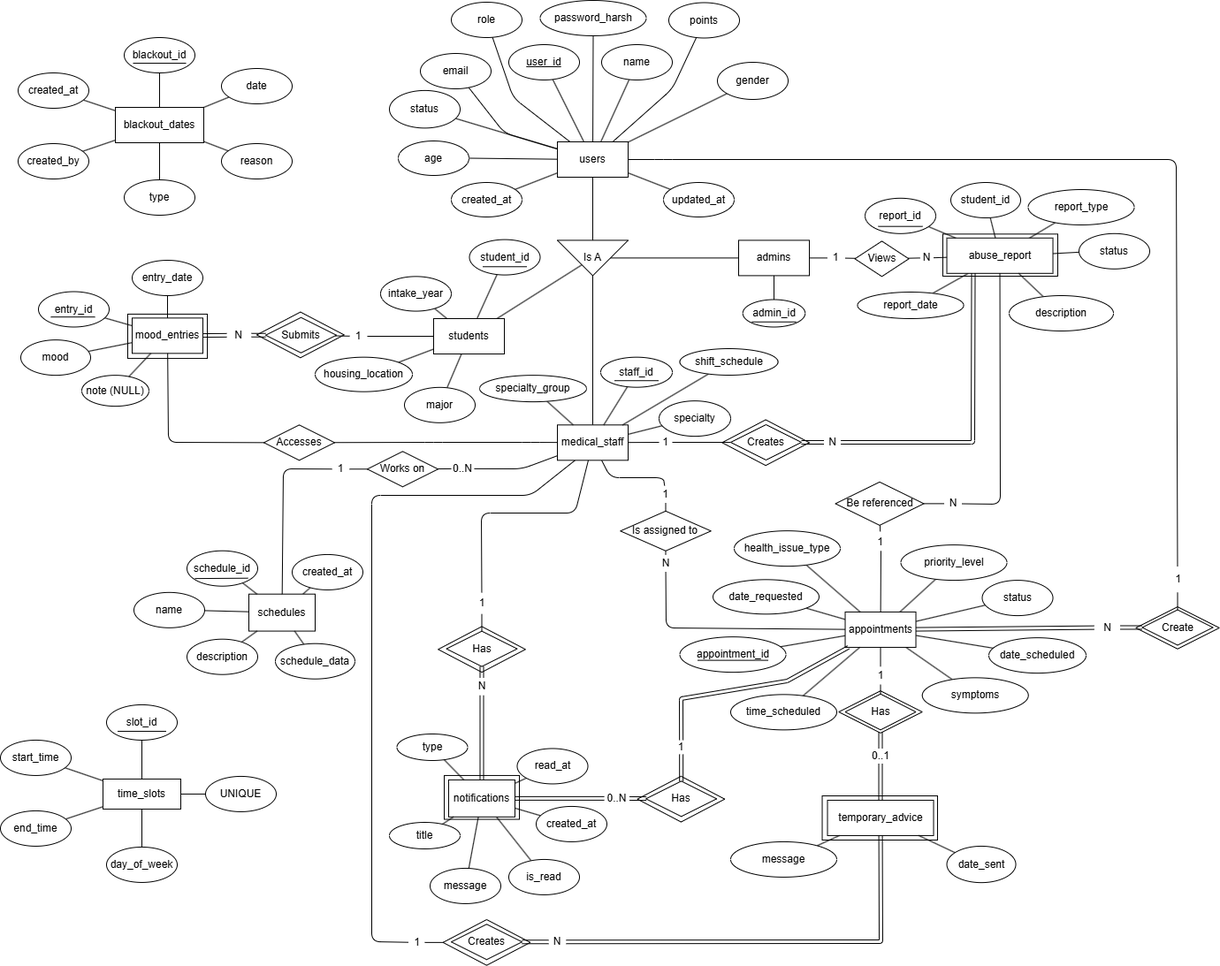
Earlier version of the draw.io export database/ER_For_Project.png (Afihu/VGU_Care). Source tidied: cells renumbered, new cells last; positions are measured from the earlier drawing's top-left corner, leaving out a move shared by most shapes.
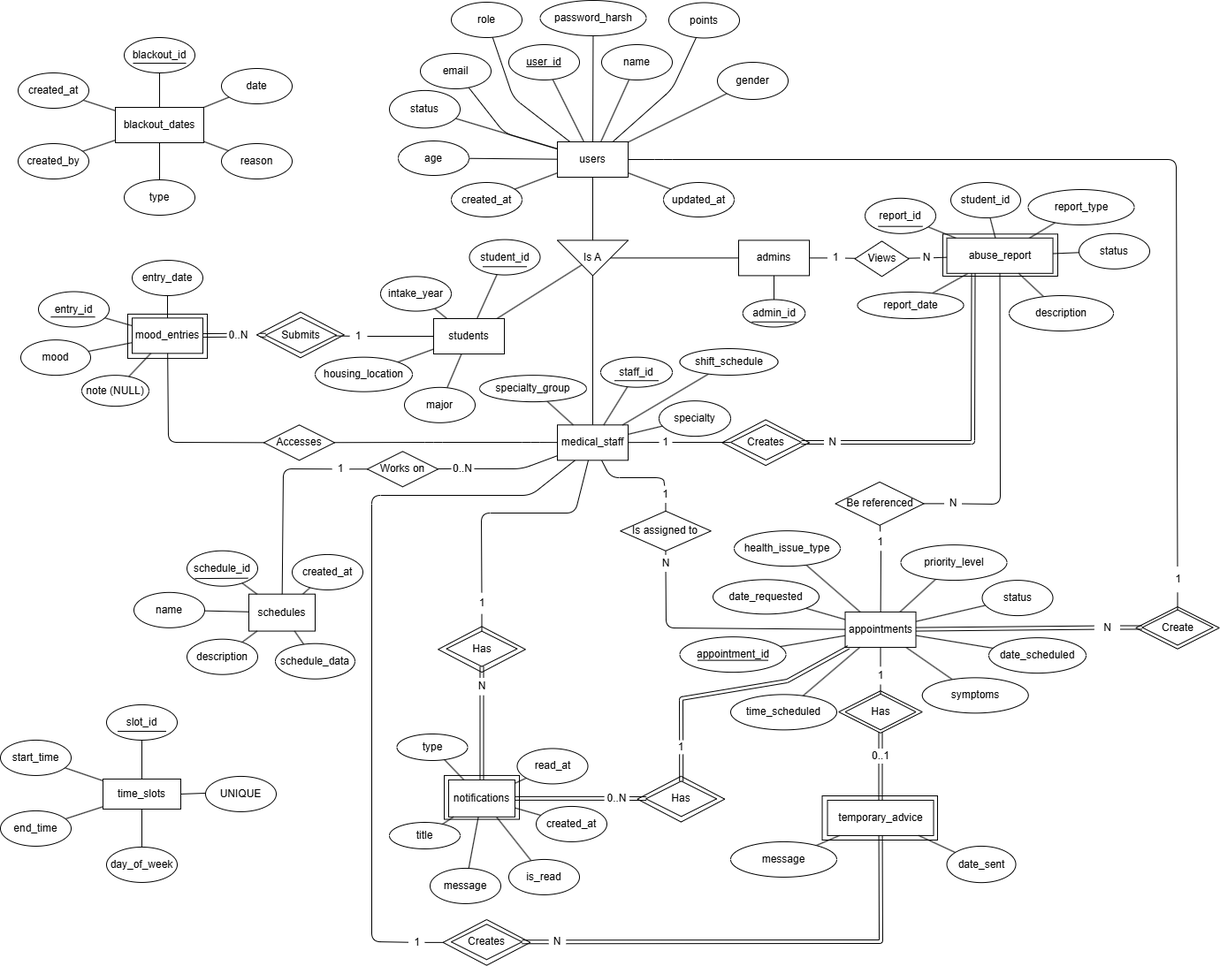
Above is the later version.

Commit message:
fix: update ER diagram dimensions and cardinality notation

What changed in the source:
```diff
@@ -250,8 +250,8 @@
     <mxCell id="74" value="1" style="text;html=1;align=center;verticalAlign=middle;points=[];strokeColor=none;fillColor=none;" parent="1" vertex="1">
       <mxGeometry x="1316.5" y="640.1" width="30" height="30" as="geometry" />
     </mxCell>
-    <mxCell id="75" value="N" style="text;html=1;align=center;verticalAlign=middle;points=[];strokeColor=none;fillColor=none;" parent="1" vertex="1">
-      <mxGeometry x="254" y="363.8" width="30" height="30" as="geometry" />
+    <mxCell id="75" value="0..N" style="text;html=1;align=center;verticalAlign=middle;points=[];strokeColor=none;fillColor=none;" parent="1" vertex="1">
+      <mxGeometry x="244" y="363.8" width="50" height="30" as="geometry" />
     </mxCell>
     <mxCell id="76" style="edgeStyle=none;html=1;endArrow=none;endFill=0;shape=link;" parent="1" edge="1" source="82" target="33">
       <mxGeometry relative="1" as="geometry" />
```
